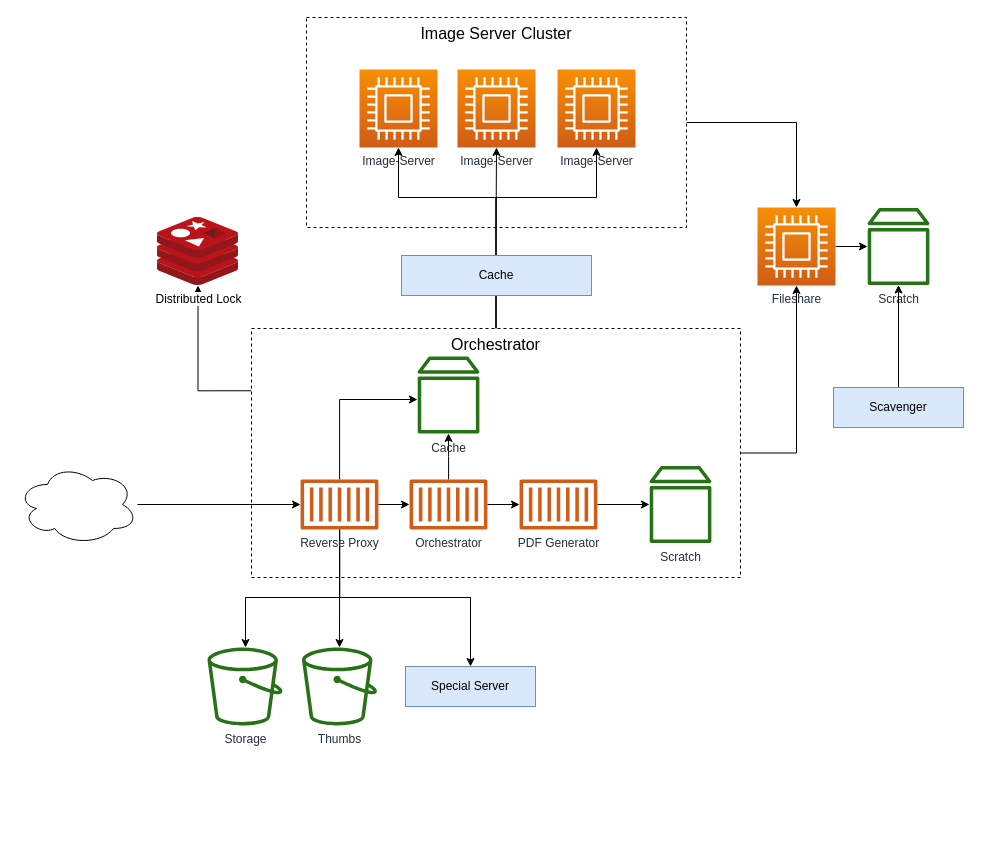
The draw.io diagram docs/rfcs/img/orchestrator-arch.drawio in dlcs/protagonist, before the edit. Source tidied: cells renumbered, new cells numbered last; positions are measured from the earlier drawing's top-left corner, leaving out a move shared by most shapes. Both pictures are drawn from the tidied source at 100%, with x=0, y=0 at pixel (17, 17).
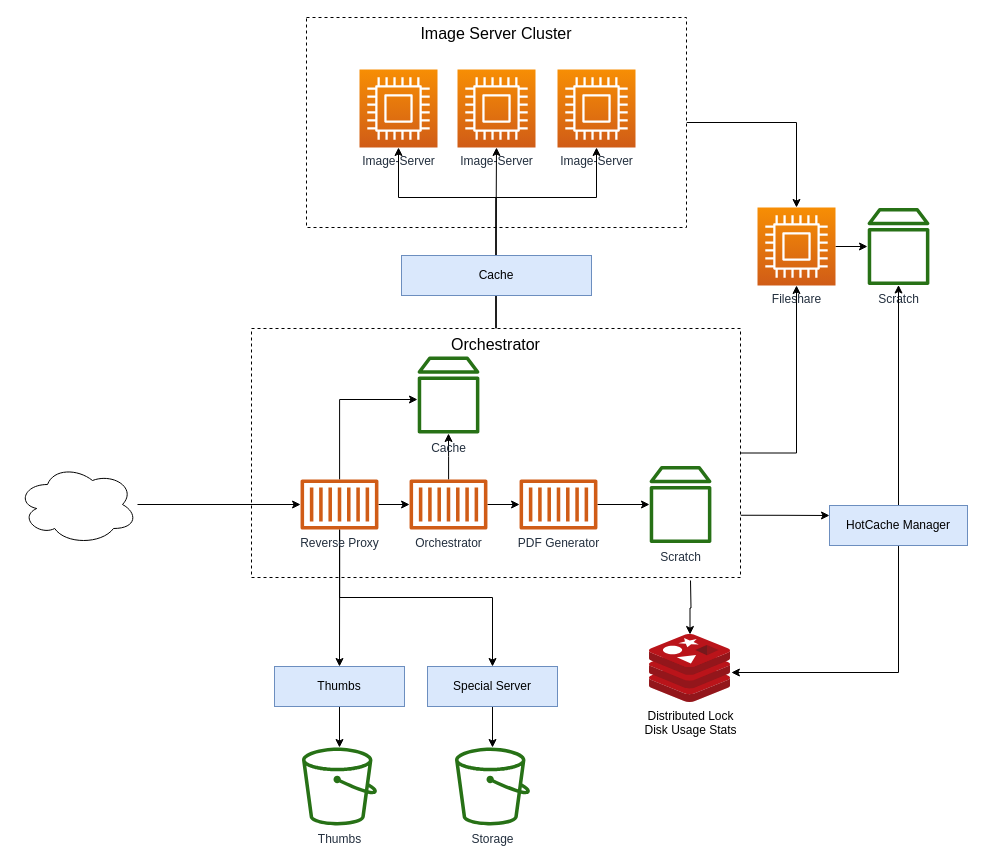
The same page after the edit.

Commit message (it also covers changes not shown here):
PDF diagrams

Unchanged cells that the change refers to:
```xml
<mxCell id="4" value="Scratch" style="outlineConnect=0;fontColor=#232F3E;gradientColor=none;fillColor=#277116;strokeColor=none;dashed=0;verticalLabelPosition=bottom;verticalAlign=top;align=center;html=1;fontSize=12;fontStyle=0;shape=mxgraph.aws4.volume;" parent="1" vertex="1">
  <mxGeometry x="850" y="190" width="62" height="78" as="geometry" />
</mxCell>
<mxCell id="15" value="Orchestrator" style="rounded=0;whiteSpace=wrap;html=1;verticalAlign=top;fontSize=16;dashed=1;" parent="1" vertex="1">
  <mxGeometry x="234" y="311" width="489" height="249" as="geometry" />
</mxCell>
<mxCell id="31" value="Reverse Proxy" style="outlineConnect=0;fontColor=#232F3E;gradientColor=none;fillColor=#D05C17;strokeColor=none;dashed=0;verticalLabelPosition=bottom;verticalAlign=top;align=center;html=1;fontSize=12;fontStyle=0;shape=mxgraph.aws4.container_1;" parent="1" vertex="1">
  <mxGeometry x="283" y="462" width="78" height="50" as="geometry" />
</mxCell>
```

The edit, as a diff of the source:
```diff
@@
-    <mxCell id="14" style="edgeStyle=orthogonalEdgeStyle;rounded=0;jettySize=auto;html=1;exitX=0;exitY=0.25;exitDx=0;exitDy=0;" parent="1" edge="1" source="15" target="35">
-      <mxGeometry relative="1" as="geometry" />
+    <mxCell id="14" style="edgeStyle=orthogonalEdgeStyle;rounded=0;jettySize=auto;html=1;" parent="1" edge="1" target="35">
+      <mxGeometry relative="1" as="geometry">
+        <mxPoint x="673" y="563" as="sourcePoint" />
+      </mxGeometry>
     </mxCell>
+    <mxCell id="38" style="edgeStyle=orthogonalEdgeStyle;rounded=0;jettySize=auto;html=1;exitX=1;exitY=0.75;exitDx=0;exitDy=0;entryX=0;entryY=0.25;entryDx=0;entryDy=0;" parent="1" edge="1" source="15" target="43">
+      <mxGeometry relative="1" as="geometry" />
+    </mxCell>
@@
     <mxCell id="27" style="edgeStyle=orthogonalEdgeStyle;rounded=0;jettySize=auto;html=1;entryX=0.5;entryY=0;entryDx=0;entryDy=0;" parent="1" edge="1" source="31" target="34">
       <mxGeometry relative="1" as="geometry">
         <Array as="points">
           <mxPoint x="322" y="580" />
-          <mxPoint x="453" y="580" />
+          <mxPoint x="475" y="580" />
         </Array>
       </mxGeometry>
     </mxCell>
-    <mxCell id="28" style="edgeStyle=orthogonalEdgeStyle;rounded=0;jettySize=auto;html=1;" parent="1" edge="1" source="31" target="33">
-      <mxGeometry relative="1" as="geometry">
-        <Array as="points">
-          <mxPoint x="322" y="580" />
-          <mxPoint x="228" y="580" />
-        </Array>
-      </mxGeometry>
-    </mxCell>
-    <mxCell id="29" style="edgeStyle=orthogonalEdgeStyle;rounded=0;jettySize=auto;html=1;" parent="1" edge="1" source="31" target="32">
-      <mxGeometry relative="1" as="geometry" />
-    </mxCell>
@@
+    <mxCell id="39" style="edgeStyle=orthogonalEdgeStyle;rounded=0;jettySize=auto;html=1;entryX=0.5;entryY=0;entryDx=0;entryDy=0;" parent="1" edge="1" source="31" target="45">
+      <mxGeometry relative="1" as="geometry" />
+    </mxCell>
@@
     <mxCell id="32" value="Thumbs" style="outlineConnect=0;fontColor=#232F3E;gradientColor=none;fillColor=#277116;strokeColor=none;dashed=0;verticalLabelPosition=bottom;verticalAlign=top;align=center;html=1;fontSize=12;fontStyle=0;shape=mxgraph.aws4.bucket;" parent="1" vertex="1">
-      <mxGeometry x="284.5" y="630" width="75" height="78" as="geometry" />
+      <mxGeometry x="284.5" y="730" width="75" height="78" as="geometry" />
     </mxCell>
     <mxCell id="33" value="Storage" style="outlineConnect=0;fontColor=#232F3E;gradientColor=none;fillColor=#277116;strokeColor=none;dashed=0;verticalLabelPosition=bottom;verticalAlign=top;align=center;html=1;fontSize=12;fontStyle=0;shape=mxgraph.aws4.bucket;" parent="1" vertex="1">
-      <mxGeometry x="190" y="630" width="75" height="78" as="geometry" />
+      <mxGeometry x="437.5" y="730" width="75" height="78" as="geometry" />
     </mxCell>
+    <mxCell id="40" style="edgeStyle=orthogonalEdgeStyle;rounded=0;jettySize=auto;html=1;exitX=0.5;exitY=1;exitDx=0;exitDy=0;" parent="1" edge="1" source="34" target="33">
+      <mxGeometry relative="1" as="geometry" />
+    </mxCell>
     <mxCell id="34" value="Special Server" style="rounded=0;whiteSpace=wrap;html=1;fillColor=#dae8fc;strokeColor=#6c8ebf;" parent="1" vertex="1">
-      <mxGeometry x="388" y="649" width="130" height="40" as="geometry" />
+      <mxGeometry x="410" y="649" width="130" height="40" as="geometry" />
     </mxCell>
-    <mxCell id="35" value="Distributed Lock" style="html=1;points=[];align=center;image;fontSize=12;image=img/lib/mscae/Cache_Redis_Product.svg;" parent="1" vertex="1">
-      <mxGeometry x="140" y="200" width="81" height="68" as="geometry" />
+    <mxCell id="35" value="Distributed Lock&lt;br&gt;Disk Usage Stats" style="html=1;points=[];align=center;image;fontSize=12;image=img/lib/mscae/Cache_Redis_Product.svg;" parent="1" vertex="1">
+      <mxGeometry x="632" y="617" width="81" height="68" as="geometry" />
     </mxCell>
-    <mxCell id="36" style="edgeStyle=orthogonalEdgeStyle;rounded=0;jettySize=auto;html=1;exitX=0.5;exitY=0;exitDx=0;exitDy=0;" parent="1" edge="1" source="37" target="4">
-      <mxGeometry relative="1" as="geometry" />
-    </mxCell>
-    <mxCell id="37" value="Scavenger" style="rounded=0;whiteSpace=wrap;html=1;fillColor=#dae8fc;strokeColor=#6c8ebf;" parent="1" vertex="1">
-      <mxGeometry x="816" y="370" width="130" height="40" as="geometry" />
-    </mxCell>
+    <mxCell id="41" style="edgeStyle=orthogonalEdgeStyle;rounded=0;jettySize=auto;html=1;exitX=0.5;exitY=1;exitDx=0;exitDy=0;entryX=1.011;entryY=0.559;entryDx=0;entryDy=0;entryPerimeter=0;" parent="1" edge="1" source="43" target="35">
+      <mxGeometry relative="1" as="geometry" />
+    </mxCell>
+    <mxCell id="42" style="edgeStyle=orthogonalEdgeStyle;rounded=0;jettySize=auto;html=1;exitX=0.5;exitY=0;exitDx=0;exitDy=0;" parent="1" edge="1" source="43" target="4">
+      <mxGeometry relative="1" as="geometry" />
+    </mxCell>
+    <mxCell id="43" value="HotCache Manager" style="rounded=0;whiteSpace=wrap;html=1;fillColor=#dae8fc;strokeColor=#6c8ebf;" parent="1" vertex="1">
+      <mxGeometry x="812" y="488" width="138" height="40" as="geometry" />
+    </mxCell>
+    <mxCell id="44" style="edgeStyle=orthogonalEdgeStyle;rounded=0;jettySize=auto;html=1;exitX=0.5;exitY=1;exitDx=0;exitDy=0;" parent="1" edge="1" source="45" target="32">
+      <mxGeometry relative="1" as="geometry" />
+    </mxCell>
+    <mxCell id="45" value="Thumbs" style="rounded=0;whiteSpace=wrap;html=1;fillColor=#dae8fc;strokeColor=#6c8ebf;" parent="1" vertex="1">
+      <mxGeometry x="257" y="649" width="130" height="40" as="geometry" />
+    </mxCell>
```
